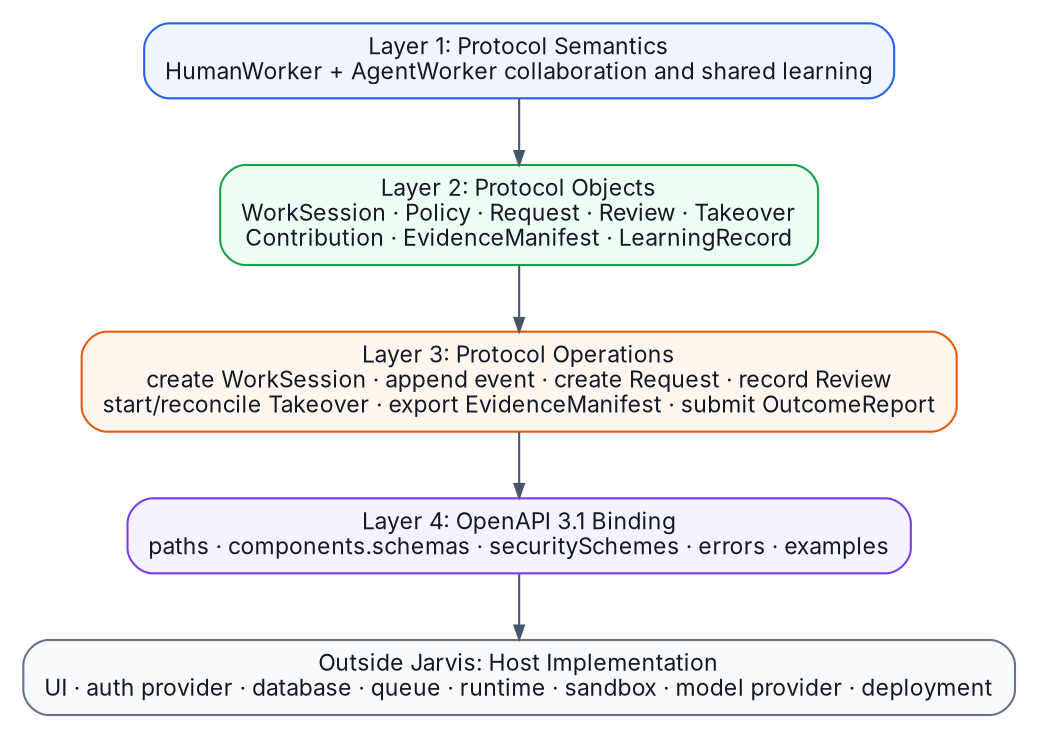
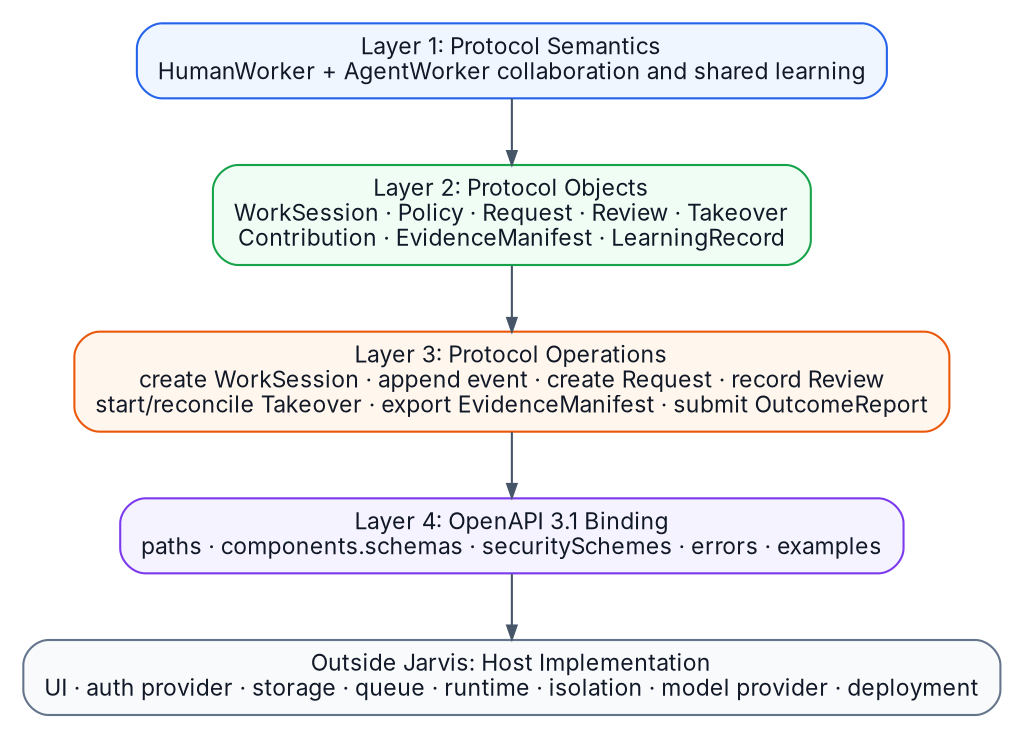
digraph G {
  graph [rankdir=TB, bgcolor="white", margin=0.1, nodesep=0.35, ranksep=0.45];
  node [shape=box, style="rounded,filled", fontname="Inter", fontsize=11, color="#94a3b8", fillcolor="#f8fafc", fontcolor="#111827", margin="0.14,0.08"];
  edge [color="#475569", arrowsize=0.65];

  l1 [label="Layer 1: Protocol Semantics\nHumanWorker + AgentWorker collaboration and shared learning", fillcolor="#eff6ff", color="#2563eb"];
  l2 [label="Layer 2: Protocol Objects\nWorkSession · Policy · Request · Review · Takeover\nContribution · EvidenceManifest · LearningRecord", fillcolor="#f0fdf4", color="#16a34a"];
  l3 [label="Layer 3: Protocol Operations\ncreate WorkSession · append event · create Request · record Review\nstart/reconcile Takeover · export EvidenceManifest · submit OutcomeReport", fillcolor="#fff7ed", color="#ea580c"];
  l4 [label="Layer 4: OpenAPI 3.1 Binding\npaths · components.schemas · securitySchemes · errors · examples", fillcolor="#f5f3ff", color="#7c3aed"];
-   outside [label="Outside Jarvis: Host Implementation\nUI · auth provider · database · queue · runtime · sandbox · model provider · deployment", fillcolor="#f8fafc", color="#64748b"];
+   outside [label="Outside Jarvis: Host Implementation\nUI · auth provider · storage · queue · runtime · isolation · model provider · deployment", fillcolor="#f8fafc", color="#64748b"];

  l1 -> l2 -> l3 -> l4 -> outside;
}
